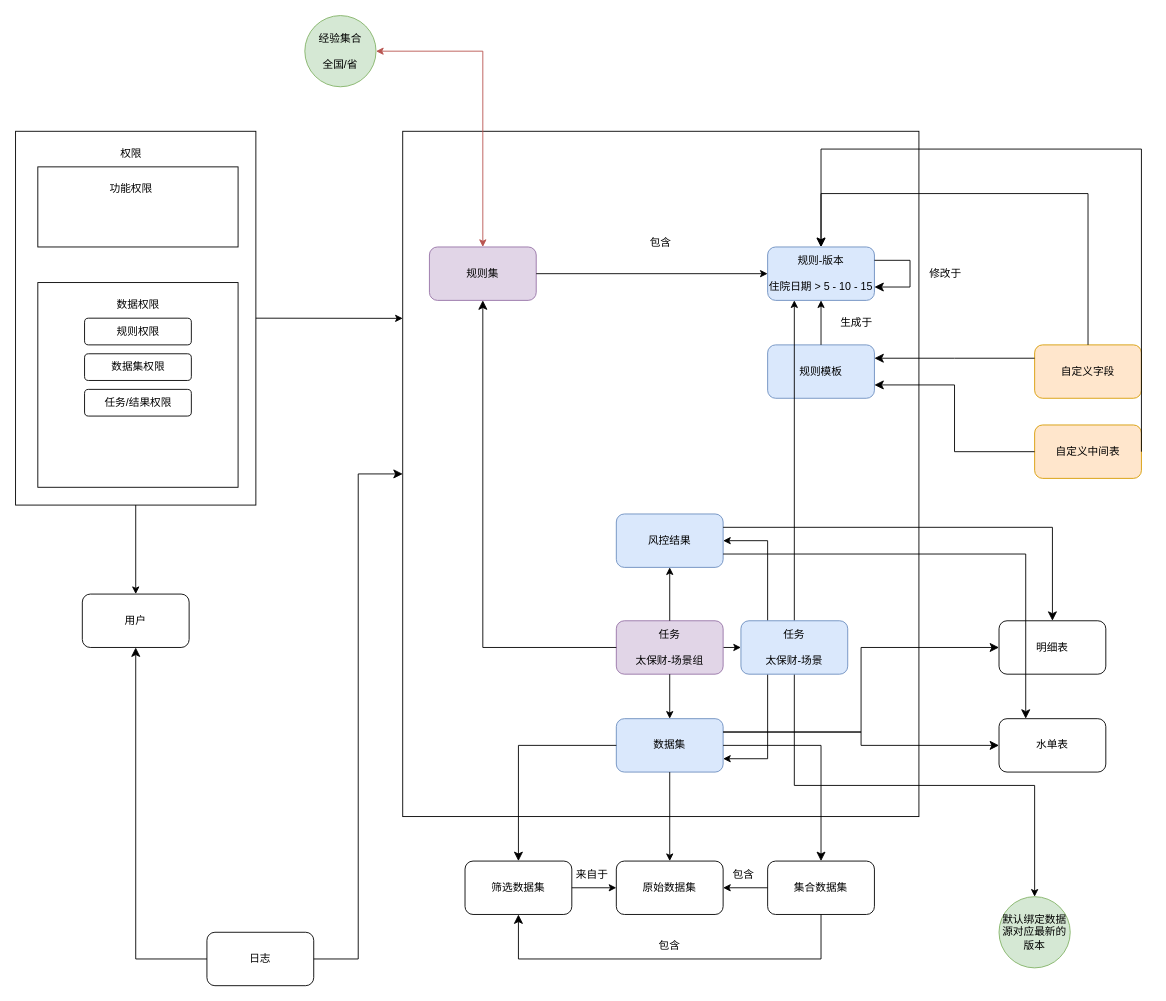
XiaoLiuAI/diagrams keeps this draw.io diagram as page "太保财2期重构核心数据结构" (3 of 6) of 社保架构设计图.drawio. Above is the earlier version. Source tidied: cells renumbered, new cells numbered last; positions are measured from the earlier drawing's top-left corner, leaving out a move shared by most shapes. Both pictures are drawn from the tidied source at 89%, with x=0, y=0 at pixel (15, 15).
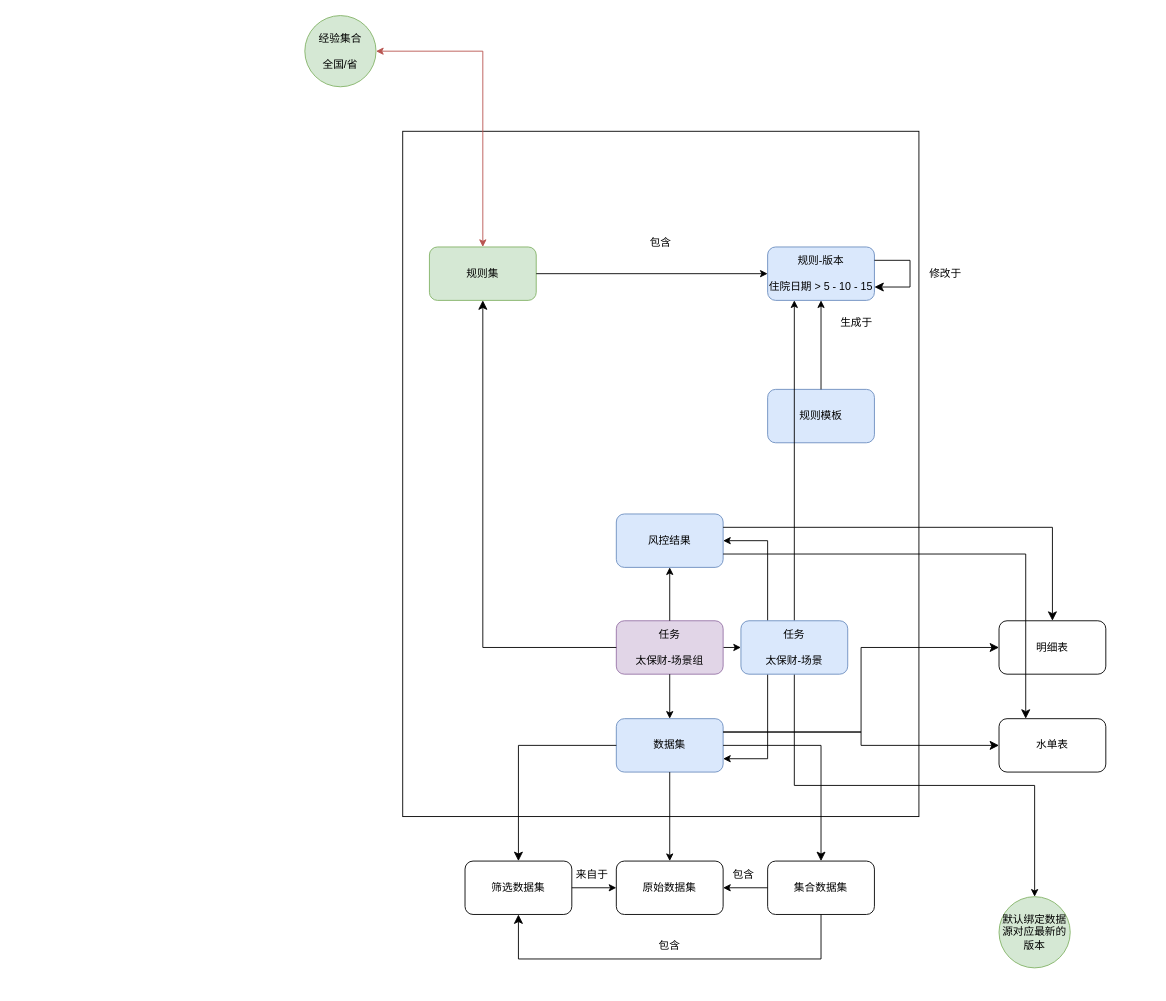
The same page after the edit.

Commit message (it also covers changes not shown here):
更新社保架构设计图.drawio

Unchanged cells that the change refers to:
```xml
<mxCell id="2" style="rounded=0;whiteSpace=wrap;html=1;" parent="1" vertex="1">
  <mxGeometry x="435" y="130" width="580" height="770" as="geometry" />
</mxCell>
<mxCell id="3" value="规则-版本&lt;br&gt;&lt;br&gt;住院日期 &amp;gt; 5 - 10 - 15" style="rounded=1;whiteSpace=wrap;html=1;fillColor=#dae8fc;strokeColor=#6c8ebf;" parent="1" vertex="1">
  <mxGeometry x="845" y="260" width="120" height="60" as="geometry" />
</mxCell>
```

Change to the diagram source:
```diff
@@
-    <mxCell id="5" value="规则集" style="rounded=1;whiteSpace=wrap;html=1;fillColor=#e1d5e7;strokeColor=#9673a6;" parent="1" vertex="1">
+    <mxCell id="5" value="规则集" style="rounded=1;whiteSpace=wrap;html=1;fillColor=#d5e8d4;strokeColor=#82b366;" parent="1" vertex="1">
       <mxGeometry x="465" y="260" width="120" height="60" as="geometry" />
     </mxCell>
@@
-    <mxCell id="9" value="用户" style="rounded=1;whiteSpace=wrap;html=1;" parent="1" vertex="1">
-      <mxGeometry x="75" y="650" width="120" height="60" as="geometry" />
-    </mxCell>
@@
-    <mxCell id="12" value="日志" style="rounded=1;whiteSpace=wrap;html=1;" parent="1" vertex="1">
-      <mxGeometry x="215" y="1030" width="120" height="60" as="geometry" />
-    </mxCell>
-    <mxCell id="13" style="edgeStyle=segmentEdgeStyle;endArrow=classic;html=1;curved=0;rounded=0;endSize=8;startSize=8;entryX=0.5;entryY=1;entryDx=0;entryDy=0;exitX=0;exitY=0.5;exitDx=0;exitDy=0;" parent="1" edge="1" source="12" target="9">
-      <mxGeometry relative="1" as="geometry" />
-    </mxCell>
@@
-    <mxCell id="16" style="edgeStyle=elbowEdgeStyle;elbow=horizontal;endArrow=classic;html=1;curved=0;rounded=0;endSize=8;startSize=8;exitX=1;exitY=0.5;exitDx=0;exitDy=0;entryX=0;entryY=0.5;entryDx=0;entryDy=0;" parent="1" edge="1" source="12" target="2">
-      <mxGeometry relative="1" as="geometry" />
-    </mxCell>
@@
-    <mxCell id="18" style="group;" parent="1" vertex="1">
-      <mxGeometry y="130" width="270" height="420" as="geometry" />
-    </mxCell>
-    <mxCell id="19" style="rounded=0;whiteSpace=wrap;html=1;" parent="18" vertex="1">
-      <mxGeometry width="270" height="420" as="geometry" />
-    </mxCell>
-    <mxCell id="20" value="权限" style="text;html=1;strokeColor=none;fillColor=none;align=center;verticalAlign=middle;whiteSpace=wrap;rounded=0;" parent="18" vertex="1">
-      <mxGeometry x="100" y="10" width="60" height="30" as="geometry" />
-    </mxCell>
-    <mxCell id="21" style="group;" parent="18" vertex="1">
-      <mxGeometry x="25" y="40" width="225" height="190" as="geometry" />
-    </mxCell>
-    <mxCell id="22" style="rounded=0;whiteSpace=wrap;html=1;" parent="21" vertex="1">
-      <mxGeometry width="225" height="90" as="geometry" />
-    </mxCell>
-    <mxCell id="23" value="功能权限" style="text;html=1;strokeColor=none;fillColor=none;align=center;verticalAlign=middle;whiteSpace=wrap;rounded=0;" parent="21" vertex="1">
-      <mxGeometry x="75" y="10" width="60" height="30" as="geometry" />
-    </mxCell>
-    <mxCell id="24" style="group;" parent="18" vertex="1">
-      <mxGeometry x="25" y="210" width="225" height="190" as="geometry" />
-    </mxCell>
-    <mxCell id="25" style="group;" parent="24" vertex="1">
-      <mxGeometry y="-40" width="225" height="230" as="geometry" />
-    </mxCell>
-    <mxCell id="26" style="rounded=0;whiteSpace=wrap;html=1;" parent="25" vertex="1">
-      <mxGeometry width="225" height="230" as="geometry" />
-    </mxCell>
-    <mxCell id="27" value="数据权限" style="text;html=1;strokeColor=none;fillColor=none;align=center;verticalAlign=middle;whiteSpace=wrap;rounded=0;" parent="25" vertex="1">
-      <mxGeometry x="82.5" y="10" width="60" height="30" as="geometry" />
-    </mxCell>
-    <mxCell id="28" value="规则权限" style="rounded=1;whiteSpace=wrap;html=1;" parent="25" vertex="1">
-      <mxGeometry x="52.5" y="40" width="120" height="30" as="geometry" />
-    </mxCell>
-    <mxCell id="29" value="数据集权限" style="rounded=1;whiteSpace=wrap;html=1;" parent="25" vertex="1">
-      <mxGeometry x="52.5" y="80" width="120" height="30" as="geometry" />
-    </mxCell>
-    <mxCell id="30" value="任务/结果权限" style="rounded=1;whiteSpace=wrap;html=1;" parent="25" vertex="1">
-      <mxGeometry x="52.5" y="120" width="120" height="30" as="geometry" />
-    </mxCell>
-    <mxCell id="31" style="endArrow=classic;html=1;rounded=0;exitX=1;exitY=0.5;exitDx=0;exitDy=0;entryX=0;entryY=0.273;entryDx=0;entryDy=0;entryPerimeter=0;" parent="1" edge="1" source="19" target="2">
-      <mxGeometry relative="1" as="geometry" />
-    </mxCell>
-    <mxCell id="32" style="endArrow=classic;html=1;rounded=0;exitX=0.5;exitY=1;exitDx=0;exitDy=0;entryX=0.5;entryY=0;entryDx=0;entryDy=0;" parent="1" edge="1" source="19" target="9">
-      <mxGeometry relative="1" as="geometry" />
-    </mxCell>
     <mxCell id="33" value="规则模板" style="rounded=1;whiteSpace=wrap;html=1;fillColor=#dae8fc;strokeColor=#6c8ebf;" parent="1" vertex="1">
-      <mxGeometry x="845" y="370" width="120" height="60" as="geometry" />
+      <mxGeometry x="845" y="420" width="120" height="60" as="geometry" />
     </mxCell>
@@
-    <mxCell id="56" value="自定义字段" style="rounded=1;whiteSpace=wrap;html=1;fillColor=#ffe6cc;strokeColor=#d79b00;" parent="1" vertex="1">
-      <mxGeometry x="1145" y="370" width="120" height="60" as="geometry" />
-    </mxCell>
@@
-    <mxCell id="58" value="自定义中间表" style="rounded=1;whiteSpace=wrap;html=1;fillColor=#ffe6cc;strokeColor=#d79b00;" parent="1" vertex="1">
-      <mxGeometry x="1145" y="460" width="120" height="60" as="geometry" />
-    </mxCell>
-    <mxCell id="59" style="edgeStyle=elbowEdgeStyle;elbow=horizontal;endArrow=classic;html=1;curved=0;rounded=0;endSize=8;startSize=8;entryX=1;entryY=0.25;entryDx=0;entryDy=0;exitX=0;exitY=0.25;exitDx=0;exitDy=0;" parent="1" edge="1" source="56" target="33">
-      <mxGeometry relative="1" as="geometry" />
-    </mxCell>
-    <mxCell id="60" style="edgeStyle=elbowEdgeStyle;elbow=horizontal;endArrow=classic;html=1;curved=0;rounded=0;endSize=8;startSize=8;entryX=1;entryY=0.75;entryDx=0;entryDy=0;exitX=0;exitY=0.5;exitDx=0;exitDy=0;" parent="1" edge="1" source="58" target="33">
-      <mxGeometry relative="1" as="geometry" />
-    </mxCell>
-    <mxCell id="61" style="edgeStyle=elbowEdgeStyle;elbow=vertical;endArrow=classic;html=1;curved=0;rounded=0;endSize=8;startSize=8;entryX=0.5;entryY=0;entryDx=0;entryDy=0;" parent="1" edge="1" source="56" target="3">
-      <mxGeometry relative="1" as="geometry">
-        <Array as="points">
-          <mxPoint x="1065" y="200" />
-        </Array>
-      </mxGeometry>
-    </mxCell>
-    <mxCell id="62" style="edgeStyle=elbowEdgeStyle;elbow=vertical;endArrow=classic;html=1;curved=0;rounded=0;endSize=8;startSize=8;entryX=0.5;entryY=0;entryDx=0;entryDy=0;exitX=1;exitY=0.5;exitDx=0;exitDy=0;" parent="1" edge="1" source="58" target="3">
-      <mxGeometry relative="1" as="geometry">
-        <Array as="points">
-          <mxPoint x="1215" y="150" />
-          <mxPoint x="1315" y="310" />
-          <mxPoint x="1045" y="170" />
-        </Array>
-      </mxGeometry>
-    </mxCell>
```
